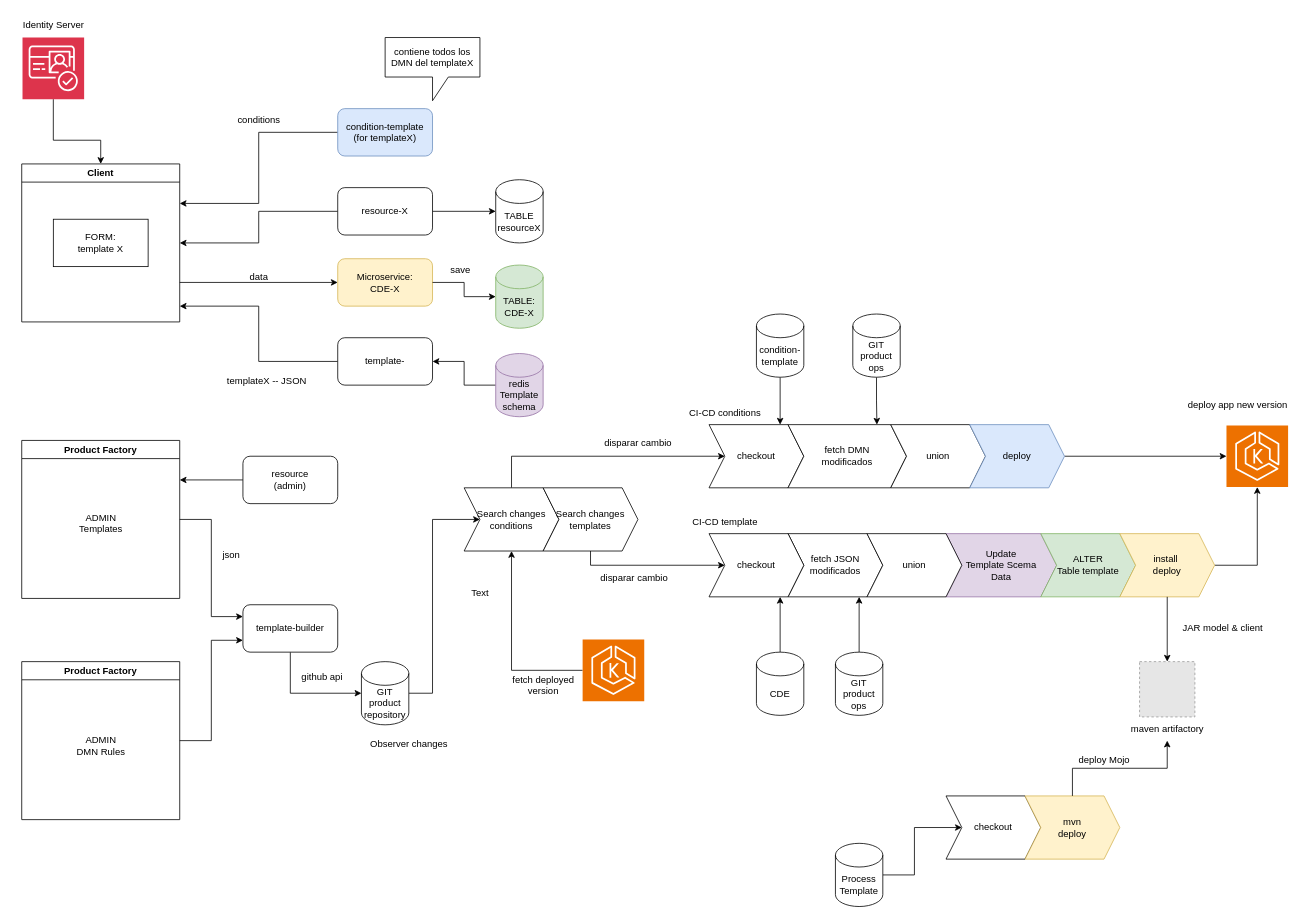
saman-core/docs keeps this draw.io diagram as fabrica-productos.drawio. Above is the earlier version. Source tidied: cells renumbered, new cells numbered last; positions are measured from the earlier drawing's top-left corner, leaving out a move shared by most shapes. Both pictures are drawn from the tidied source at 79%, with x=0, y=0 at pixel (13, 13). Pictures stored in the file or linked from it are replaced by grey dashed boxes.
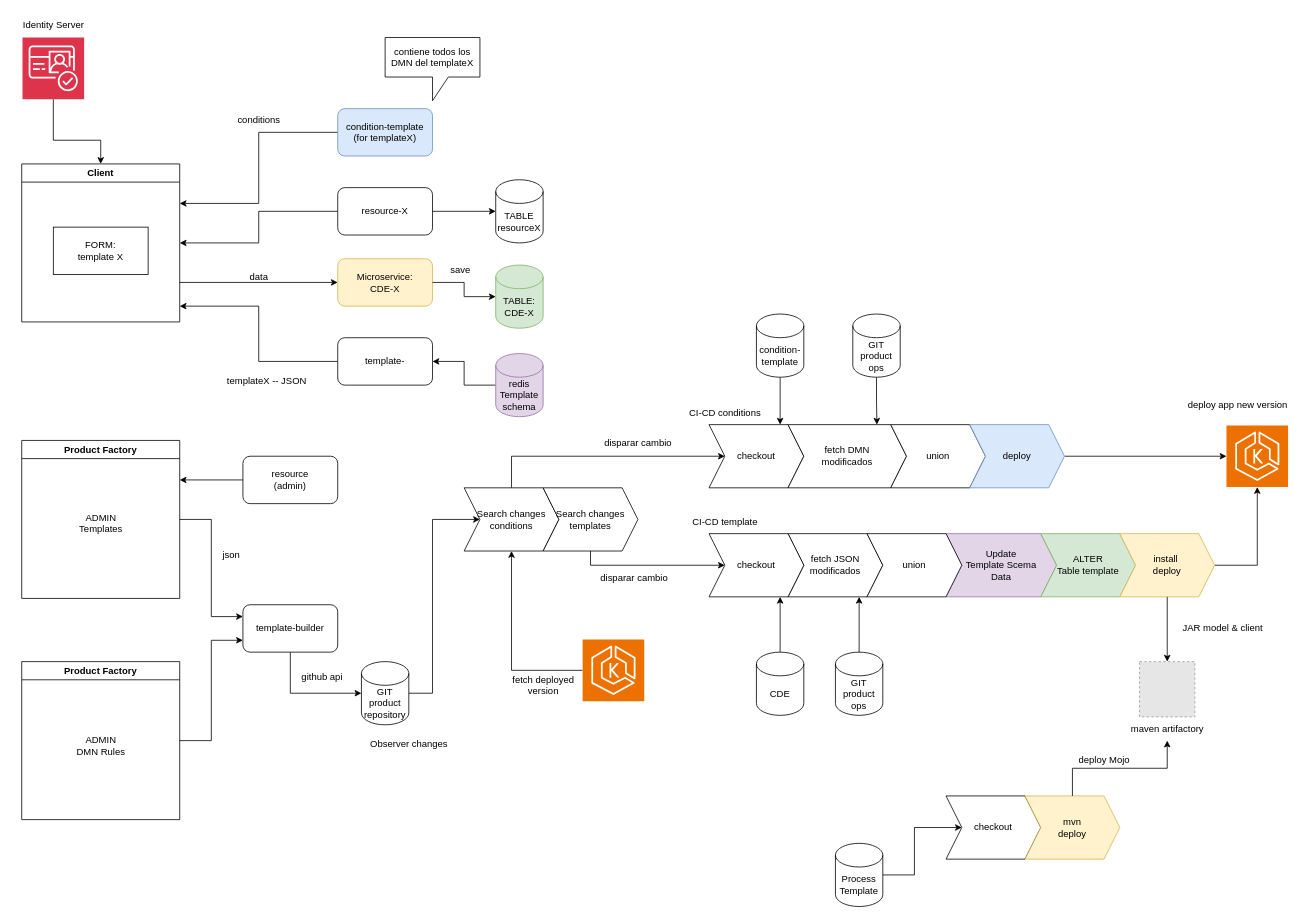
The same diagram, later.

The change refers to these unchanged cells:
```xml
<mxCell id="14" value="Client" style="swimlane;whiteSpace=wrap;html=1;" parent="1" vertex="1">
  <mxGeometry x="10" y="190" width="200" height="200" as="geometry" />
</mxCell>
```

Diff of the diagram source:
```diff
@@
     <mxCell id="15" value="FORM:&lt;br&gt;template X" style="rounded=0;whiteSpace=wrap;html=1;" parent="14" vertex="1">
-      <mxGeometry x="40" y="70" width="120" height="60" as="geometry" />
+      <mxGeometry x="40" y="80" width="120" height="60" as="geometry" />
     </mxCell>
@@
-    <mxCell id="84" value="Text" style="text;html=1;align=center;verticalAlign=middle;strokeColor=none;fillColor=none;" parent="1" vertex="1">
-      <mxGeometry x="565" y="718" width="50" height="30" as="geometry" />
-    </mxCell>
```
